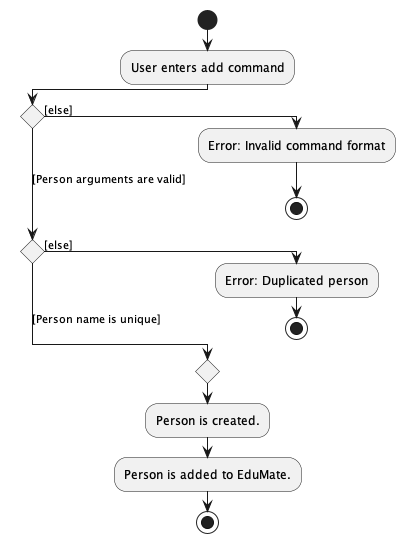
This is docs/images/AddActivityDiagram.png from nus-cs2103-AY2223S2/tp, a PlantUML export, as it was before one commit. The source it was exported from:
```plantuml
@startuml
!pragma useVerticalIf on
start
:User enters add command;
if () then ([else])
  :Error: Invalid command format;
  stop
([Person arguments are valid]) elseif () then ([else])
  :Error: Duplicated person;
  stop
else ([Person name is unique])
endif
  :Person is created.;
  :Person is added to EduMate.;
stop

@enduml
```
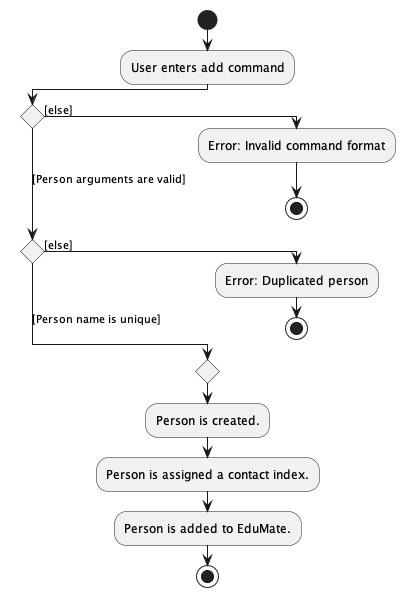
Above is the later version.

Change to the diagram source:
```diff
@@ -11,6 +11,7 @@
 else ([Person name is unique])
 endif
   :Person is created.;
+  :Person is assigned a contact index.;
   :Person is added to EduMate.;
 stop
 
```
